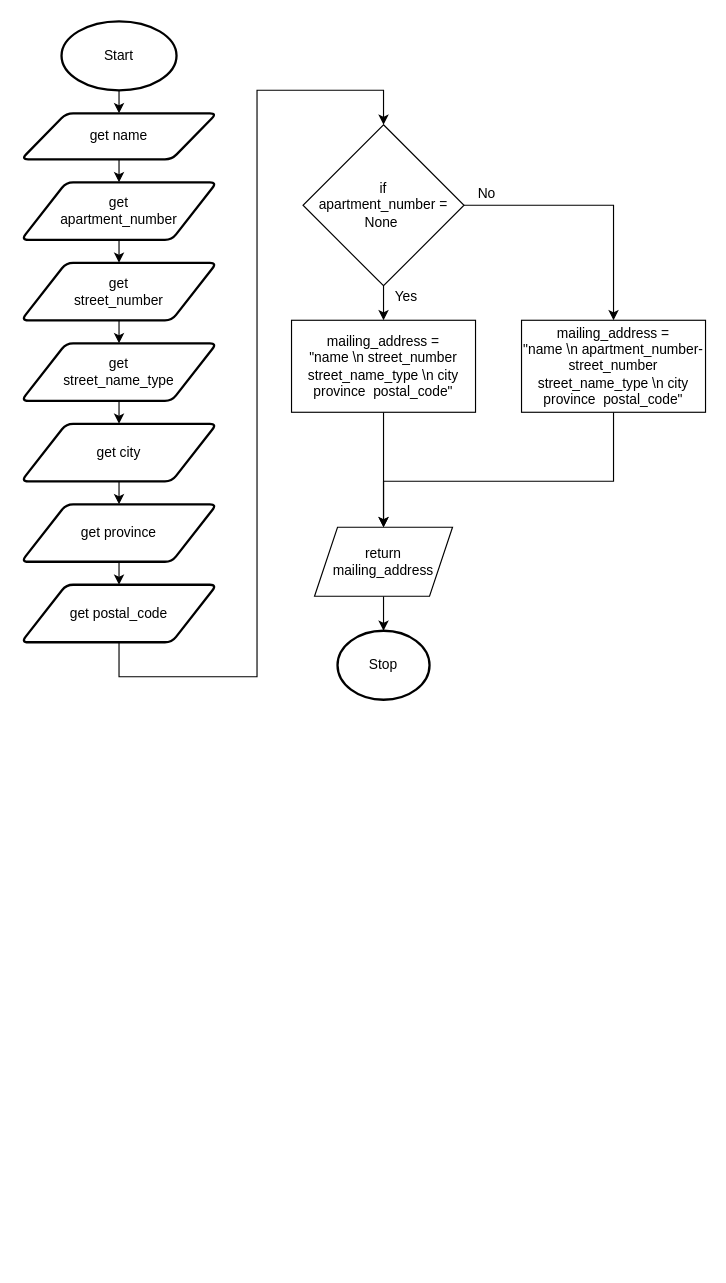
Before: Draw.io/Flowchart.drawio in Peter-Gemmell/ICS3U-Unit5-05-Python, a draw.io diagram. Source tidied: cells renumbered, new cells numbered last; positions are measured from the earlier drawing's top-left corner, leaving out a move shared by most shapes. Both pictures are drawn from the tidied source at 115%, with x=0, y=0 at pixel (21, 21).
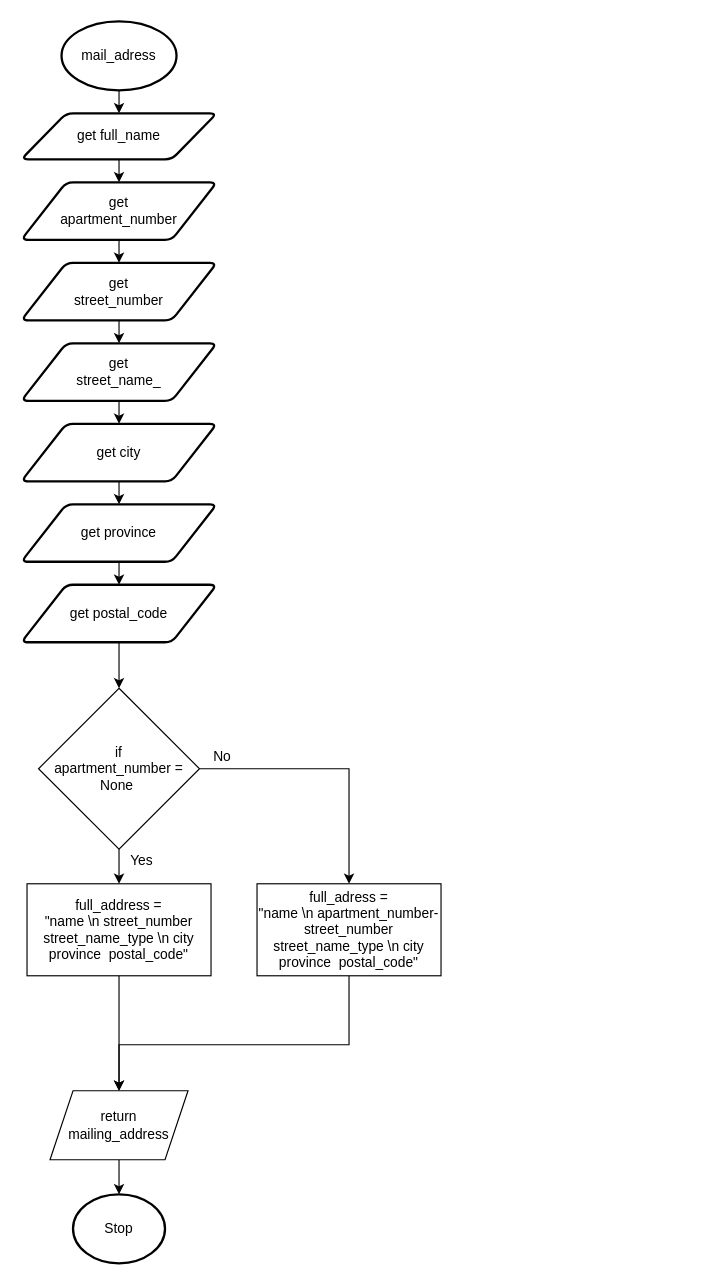
The same diagram, later.

Unchanged cells that the change refers to:
```xml
<mxCell id="21" value="get postal_code" style="shape=parallelogram;html=1;strokeWidth=2;perimeter=parallelogramPerimeter;whiteSpace=wrap;rounded=1;arcSize=12;size=0.23;" parent="1" vertex="1">
  <mxGeometry y="490" width="170" height="50" as="geometry" />
</mxCell>
```

The edit, as a diff of the source:
```diff
@@
-    <mxCell id="3" value="Start" style="strokeWidth=2;html=1;shape=mxgraph.flowchart.start_1;whiteSpace=wrap;" parent="1" vertex="1">
+    <mxCell id="3" value="mail_adress" style="strokeWidth=2;html=1;shape=mxgraph.flowchart.start_1;whiteSpace=wrap;" parent="1" vertex="1">
       <mxGeometry x="35" width="100" height="60" as="geometry" />
     </mxCell>
@@
-    <mxCell id="5" value="get name" style="shape=parallelogram;html=1;strokeWidth=2;perimeter=parallelogramPerimeter;whiteSpace=wrap;rounded=1;arcSize=12;size=0.23;" parent="1" vertex="1">
+    <mxCell id="5" value="get full_name" style="shape=parallelogram;html=1;strokeWidth=2;perimeter=parallelogramPerimeter;whiteSpace=wrap;rounded=1;arcSize=12;size=0.23;" parent="1" vertex="1">
       <mxGeometry y="80" width="170" height="40" as="geometry" />
     </mxCell>
     <mxCell id="6" value="Stop" style="strokeWidth=2;html=1;shape=mxgraph.flowchart.start_1;whiteSpace=wrap;" parent="1" vertex="1">
-      <mxGeometry x="275" y="530" width="80" height="60" as="geometry" />
+      <mxGeometry x="45" y="1020" width="80" height="60" as="geometry" />
     </mxCell>
     <mxCell id="7" style="edgeStyle=none;rounded=0;html=1;exitX=1;exitY=0.5;exitDx=0;exitDy=0;entryX=0.5;entryY=0;entryDx=0;entryDy=0;" parent="1" edge="1" source="9">
       <mxGeometry relative="1" as="geometry">
-        <mxPoint x="515" y="260" as="targetPoint" />
+        <mxPoint x="285" y="750" as="targetPoint" />
         <Array as="points">
-          <mxPoint x="515" y="160" />
+          <mxPoint x="285" y="650" />
         </Array>
       </mxGeometry>
     </mxCell>
     <mxCell id="8" style="edgeStyle=none;rounded=0;html=1;exitX=0.5;exitY=1;exitDx=0;exitDy=0;entryX=0.5;entryY=0;entryDx=0;entryDy=0;" parent="1" edge="1" source="9">
       <mxGeometry relative="1" as="geometry">
-        <mxPoint x="315" y="260" as="targetPoint" />
+        <mxPoint x="85" y="750" as="targetPoint" />
       </mxGeometry>
     </mxCell>
     <mxCell id="9" value="if &lt;br&gt;apartment_number = None&amp;nbsp;" style="rhombus;whiteSpace=wrap;html=1;" parent="1" vertex="1">
-      <mxGeometry x="245" y="90" width="140" height="140" as="geometry" />
+      <mxGeometry x="15" y="580" width="140" height="140" as="geometry" />
     </mxCell>
@@
-    <mxCell id="15" value="get &lt;br&gt;street_name_type" style="shape=parallelogram;html=1;strokeWidth=2;perimeter=parallelogramPerimeter;whiteSpace=wrap;rounded=1;arcSize=12;size=0.23;" parent="1" vertex="1">
+    <mxCell id="15" value="get &lt;br&gt;street_name_" style="shape=parallelogram;html=1;strokeWidth=2;perimeter=parallelogramPerimeter;whiteSpace=wrap;rounded=1;arcSize=12;size=0.23;" parent="1" vertex="1">
       <mxGeometry y="280" width="170" height="50" as="geometry" />
     </mxCell>
@@
-    <mxCell id="20" style="edgeStyle=none;html=1;exitX=0.5;exitY=1;exitDx=0;exitDy=0;entryX=0.5;entryY=0;entryDx=0;entryDy=0;rounded=0;" parent="1" edge="1" source="21" target="9">
-      <mxGeometry relative="1" as="geometry">
-        <Array as="points">
-          <mxPoint x="85" y="570" />
-          <mxPoint x="205" y="570" />
-          <mxPoint x="205" y="60" />
-          <mxPoint x="275" y="60" />
-          <mxPoint x="315" y="60" />
-        </Array>
-      </mxGeometry>
+    <mxCell id="20" style="edgeStyle=none;html=1;exitX=0.5;exitY=1;exitDx=0;exitDy=0;entryX=0.5;entryY=0;entryDx=0;entryDy=0;" parent="1" edge="1" source="21" target="9">
+      <mxGeometry relative="1" as="geometry" />
     </mxCell>
@@
     <mxCell id="22" value="Yes" style="text;html=1;strokeColor=none;fillColor=none;align=center;verticalAlign=middle;whiteSpace=wrap;rounded=0;" parent="1" vertex="1">
-      <mxGeometry x="315" y="230" width="40" height="20" as="geometry" />
+      <mxGeometry x="85" y="720" width="40" height="20" as="geometry" />
     </mxCell>
     <mxCell id="23" value="No" style="text;html=1;strokeColor=none;fillColor=none;align=center;verticalAlign=middle;whiteSpace=wrap;rounded=0;" parent="1" vertex="1">
-      <mxGeometry x="385" y="140" width="40" height="20" as="geometry" />
+      <mxGeometry x="155" y="630" width="40" height="20" as="geometry" />
     </mxCell>
     <mxCell id="24" style="edgeStyle=none;rounded=0;html=1;exitX=0.5;exitY=1;exitDx=0;exitDy=0;" parent="1" edge="1" source="25">
       <mxGeometry relative="1" as="geometry">
-        <mxPoint x="315" y="440" as="targetPoint" />
+        <mxPoint x="85" y="930" as="targetPoint" />
         <Array as="points">
-          <mxPoint x="315" y="400" />
+          <mxPoint x="85" y="890" />
         </Array>
       </mxGeometry>
     </mxCell>
-    <mxCell id="25" value="&lt;span&gt;mailing_address =&lt;/span&gt;&lt;br&gt;&lt;span&gt;&quot;name \n street_number street_name_type \n city province&amp;nbsp; postal_code&quot;&lt;/span&gt;" style="rounded=0;whiteSpace=wrap;html=1;" parent="1" vertex="1">
-      <mxGeometry x="235" y="260" width="160" height="80" as="geometry" />
+    <mxCell id="25" value="&lt;span&gt;full_address =&lt;/span&gt;&lt;br&gt;&lt;span&gt;&quot;name \n street_number street_name_type \n city province&amp;nbsp; postal_code&quot;&lt;/span&gt;" style="rounded=0;whiteSpace=wrap;html=1;" parent="1" vertex="1">
+      <mxGeometry x="5" y="750" width="160" height="80" as="geometry" />
     </mxCell>
     <mxCell id="26" style="edgeStyle=none;rounded=0;html=1;exitX=0.5;exitY=1;exitDx=0;exitDy=0;" parent="1" edge="1" source="27">
       <mxGeometry relative="1" as="geometry">
-        <mxPoint x="315" y="440" as="targetPoint" />
+        <mxPoint x="85" y="930" as="targetPoint" />
         <Array as="points">
-          <mxPoint x="515" y="400" />
-          <mxPoint x="315" y="400" />
+          <mxPoint x="285" y="890" />
+          <mxPoint x="85" y="890" />
         </Array>
       </mxGeometry>
     </mxCell>
-    <mxCell id="27" value="mailing_address =&lt;br&gt;&quot;name \n apartment_number- street_number&lt;br&gt;street_name_type \n city province&amp;nbsp; postal_code&quot;" style="rounded=0;whiteSpace=wrap;html=1;" parent="1" vertex="1">
-      <mxGeometry x="435" y="260" width="160" height="80" as="geometry" />
+    <mxCell id="27" value="full_adress =&lt;br&gt;&quot;name \n apartment_number- street_number&lt;br&gt;street_name_type \n city province&amp;nbsp; postal_code&quot;" style="rounded=0;whiteSpace=wrap;html=1;" parent="1" vertex="1">
+      <mxGeometry x="205" y="750" width="160" height="80" as="geometry" />
     </mxCell>
@@
     <mxCell id="29" value="return mailing_address" style="shape=parallelogram;perimeter=parallelogramPerimeter;whiteSpace=wrap;html=1;fixedSize=1;" parent="1" vertex="1">
-      <mxGeometry x="255" y="440" width="120" height="60" as="geometry" />
+      <mxGeometry x="25" y="930" width="120" height="60" as="geometry" />
     </mxCell>
```
